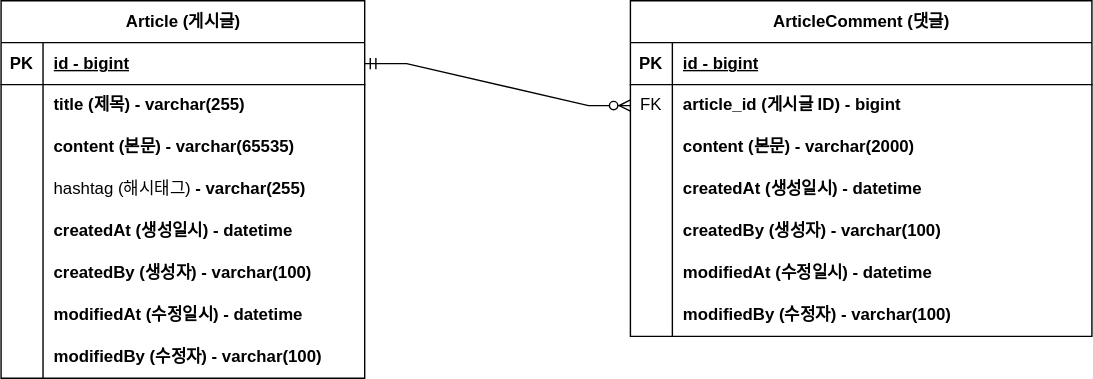
Earlier version of the draw.io export document/project-board-erd.svg (hijoseph/hyunboard). Source tidied: cells renumbered, new cells last; positions are measured from the earlier drawing's top-left corner, leaving out a move shared by most shapes.
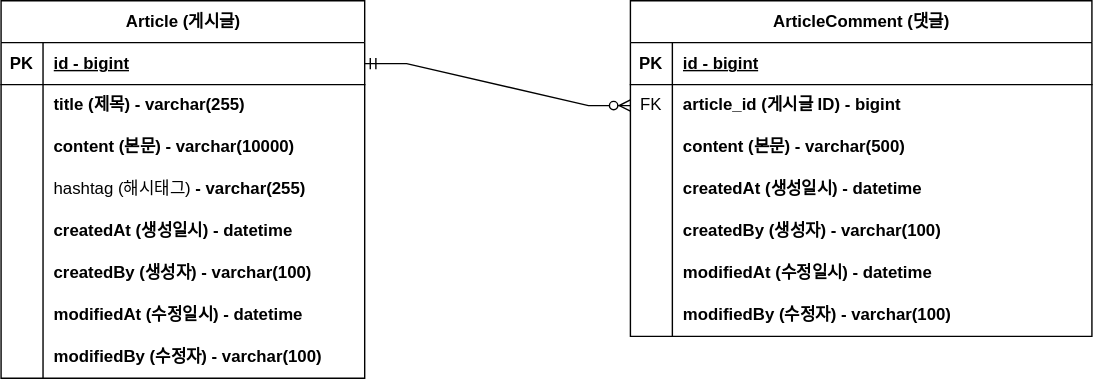
Later version of the same file.

Commit message:
#10 - ERD 업데이트 : content 사이즈 변경

What changed in the source:
```diff
@@ -29,7 +29,7 @@
     <mxCell id="10" style="shape=partialRectangle;fillColor=none;top=0;left=0;bottom=0;right=0;overflow=hidden;whiteSpace=wrap;html=1;" parent="9" vertex="1">
       <mxGeometry width="30" height="30" as="geometry" />
     </mxCell>
-    <mxCell id="11" value="content (본문)&amp;nbsp;- varchar(65535)" style="shape=partialRectangle;fillColor=none;top=0;left=0;bottom=0;right=0;align=left;spacingLeft=6;overflow=hidden;whiteSpace=wrap;html=1;fontStyle=1;" parent="9" vertex="1">
+    <mxCell id="11" value="content (본문)&amp;nbsp;- varchar(10000)" style="shape=partialRectangle;fillColor=none;top=0;left=0;bottom=0;right=0;align=left;spacingLeft=6;overflow=hidden;whiteSpace=wrap;html=1;fontStyle=1;" parent="9" vertex="1">
       <mxGeometry x="30" width="230" height="30" as="geometry" />
     </mxCell>
     <mxCell id="12" style="shape=tableRow;horizontal=0;startSize=0;swimlaneHead=0;swimlaneBody=0;fillColor=none;top=0;left=0;right=0;bottom=0;" parent="2" vertex="1">
@@ -104,7 +104,7 @@
     <mxCell id="35" style="shape=partialRectangle;fillColor=none;top=0;left=0;bottom=0;right=0;overflow=hidden;whiteSpace=wrap;html=1;" parent="34" vertex="1">
       <mxGeometry width="30" height="30" as="geometry" />
     </mxCell>
-    <mxCell id="36" value="content (본문)&amp;nbsp;- varchar(2000)" style="shape=partialRectangle;fillColor=none;top=0;left=0;bottom=0;right=0;align=left;spacingLeft=6;overflow=hidden;whiteSpace=wrap;html=1;fontStyle=1;" parent="34" vertex="1">
+    <mxCell id="36" value="content (본문)&amp;nbsp;- varchar(500)" style="shape=partialRectangle;fillColor=none;top=0;left=0;bottom=0;right=0;align=left;spacingLeft=6;overflow=hidden;whiteSpace=wrap;html=1;fontStyle=1;" parent="34" vertex="1">
       <mxGeometry x="30" width="300" height="30" as="geometry" />
     </mxCell>
     <mxCell id="37" style="shape=tableRow;horizontal=0;startSize=0;swimlaneHead=0;swimlaneBody=0;fillColor=none;top=0;left=0;right=0;bottom=0;" parent="27" vertex="1">
```
